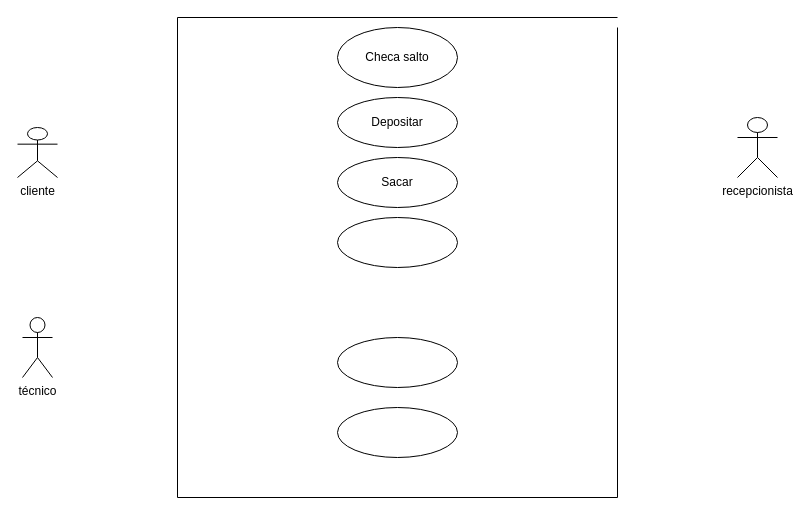
Earlier version of the draw.io diagram page "Página-2" (2 of 5) of Diagrama sem nome.drawio (helio0278/diagramasderequisitos). Source tidied: cells renumbered, new cells numbered last; positions are measured from the earlier drawing's top-left corner, leaving out a move shared by most shapes. Both pictures are drawn from the tidied source at 100%, with x=0, y=0 at pixel (17, 17).
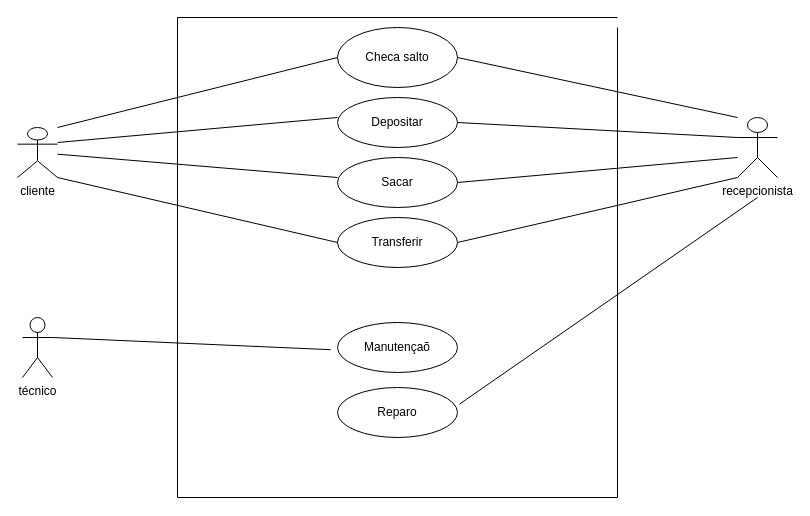
Above is the later version.

The change refers to these unchanged cells:
```xml
<mxCell id="6" value="cliente" style="shape=umlActor;verticalLabelPosition=bottom;verticalAlign=top;html=1;outlineConnect=0;" parent="1" vertex="1">
  <mxGeometry y="110" width="40" height="50" as="geometry" />
</mxCell>
<mxCell id="7" value="Checa salto" style="ellipse;whiteSpace=wrap;html=1;" parent="1" vertex="1">
  <mxGeometry x="320" y="10" width="120" height="60" as="geometry" />
</mxCell>
<mxCell id="8" value="Depositar" style="ellipse;whiteSpace=wrap;html=1;" parent="1" vertex="1">
  <mxGeometry x="320" y="80" width="120" height="50" as="geometry" />
</mxCell>
<mxCell id="9" value="Sacar" style="ellipse;whiteSpace=wrap;html=1;" parent="1" vertex="1">
  <mxGeometry x="320" y="140" width="120" height="50" as="geometry" />
</mxCell>
```

Diff of the diagram source:
```diff
@@
-    <mxCell id="10" style="ellipse;whiteSpace=wrap;html=1;" parent="1" vertex="1">
-      <mxGeometry x="320" y="320" width="120" height="50" as="geometry" />
+    <mxCell id="10" value="Manutençaõ" style="ellipse;whiteSpace=wrap;html=1;" parent="1" vertex="1">
+      <mxGeometry x="320" y="305" width="120" height="50" as="geometry" />
     </mxCell>
-    <mxCell id="11" style="ellipse;whiteSpace=wrap;html=1;" parent="1" vertex="1">
-      <mxGeometry x="320" y="390" width="120" height="50" as="geometry" />
+    <mxCell id="11" value="Reparo" style="ellipse;whiteSpace=wrap;html=1;" parent="1" vertex="1">
+      <mxGeometry x="320" y="370" width="120" height="50" as="geometry" />
     </mxCell>
@@
-    <mxCell id="14" style="ellipse;whiteSpace=wrap;html=1;" parent="1" vertex="1">
+    <mxCell id="14" value="Transferir" style="ellipse;whiteSpace=wrap;html=1;" parent="1" vertex="1">
       <mxGeometry x="320" y="200" width="120" height="50" as="geometry" />
     </mxCell>
+    <mxCell id="15" style="endArrow=none;html=1;rounded=0;entryX=0;entryY=0.5;entryDx=0;entryDy=0;" parent="1" edge="1" target="7">
+      <mxGeometry relative="1" as="geometry">
+        <mxPoint x="40" y="110" as="sourcePoint" />
+      </mxGeometry>
+    </mxCell>
+    <mxCell id="16" style="endArrow=none;html=1;rounded=0;entryX=0;entryY=0.5;entryDx=0;entryDy=0;" parent="1" edge="1">
+      <mxGeometry relative="1" as="geometry">
+        <mxPoint x="40" y="125" as="sourcePoint" />
+        <mxPoint x="320" y="100" as="targetPoint" />
+      </mxGeometry>
+    </mxCell>
+    <mxCell id="17" style="endArrow=none;html=1;rounded=0;" parent="1" edge="1" source="6">
+      <mxGeometry relative="1" as="geometry">
+        <mxPoint x="320" y="160" as="targetPoint" />
+      </mxGeometry>
+    </mxCell>
+    <mxCell id="18" style="endArrow=none;html=1;rounded=0;entryX=0;entryY=0.5;entryDx=0;entryDy=0;exitX=1;exitY=1;exitDx=0;exitDy=0;exitPerimeter=0;" parent="1" edge="1" source="6" target="14">
+      <mxGeometry relative="1" as="geometry" />
+    </mxCell>
+    <mxCell id="19" style="endArrow=none;html=1;rounded=0;exitX=1;exitY=0.5;exitDx=0;exitDy=0;" parent="1" edge="1" source="7">
+      <mxGeometry relative="1" as="geometry">
+        <mxPoint x="720" y="100" as="targetPoint" />
+        <Array as="points">
+          <mxPoint x="720" y="100" />
+        </Array>
+      </mxGeometry>
+    </mxCell>
+    <mxCell id="20" style="endArrow=none;html=1;rounded=0;exitX=1;exitY=0.5;exitDx=0;exitDy=0;" parent="1" edge="1" source="8">
+      <mxGeometry relative="1" as="geometry">
+        <mxPoint x="720" y="120" as="targetPoint" />
+      </mxGeometry>
+    </mxCell>
+    <mxCell id="21" style="endArrow=none;html=1;rounded=0;exitX=1;exitY=0.5;exitDx=0;exitDy=0;" parent="1" edge="1" source="9">
+      <mxGeometry relative="1" as="geometry">
+        <mxPoint x="720" y="140" as="targetPoint" />
+      </mxGeometry>
+    </mxCell>
+    <mxCell id="22" style="endArrow=none;html=1;rounded=0;exitX=1;exitY=0.5;exitDx=0;exitDy=0;" parent="1" edge="1" source="14">
+      <mxGeometry relative="1" as="geometry">
+        <mxPoint x="720" y="160" as="targetPoint" />
+      </mxGeometry>
+    </mxCell>
+    <mxCell id="23" style="endArrow=none;html=1;rounded=0;exitX=1.017;exitY=0.332;exitDx=0;exitDy=0;exitPerimeter=0;" parent="1" edge="1" source="11">
+      <mxGeometry relative="1" as="geometry">
+        <mxPoint x="740" y="180" as="targetPoint" />
+      </mxGeometry>
+    </mxCell>
+    <mxCell id="24" style="endArrow=none;html=1;rounded=0;entryX=-0.057;entryY=0.544;entryDx=0;entryDy=0;entryPerimeter=0;" parent="1" edge="1" target="10">
+      <mxGeometry relative="1" as="geometry">
+        <mxPoint x="35" y="320" as="sourcePoint" />
+      </mxGeometry>
+    </mxCell>
```
